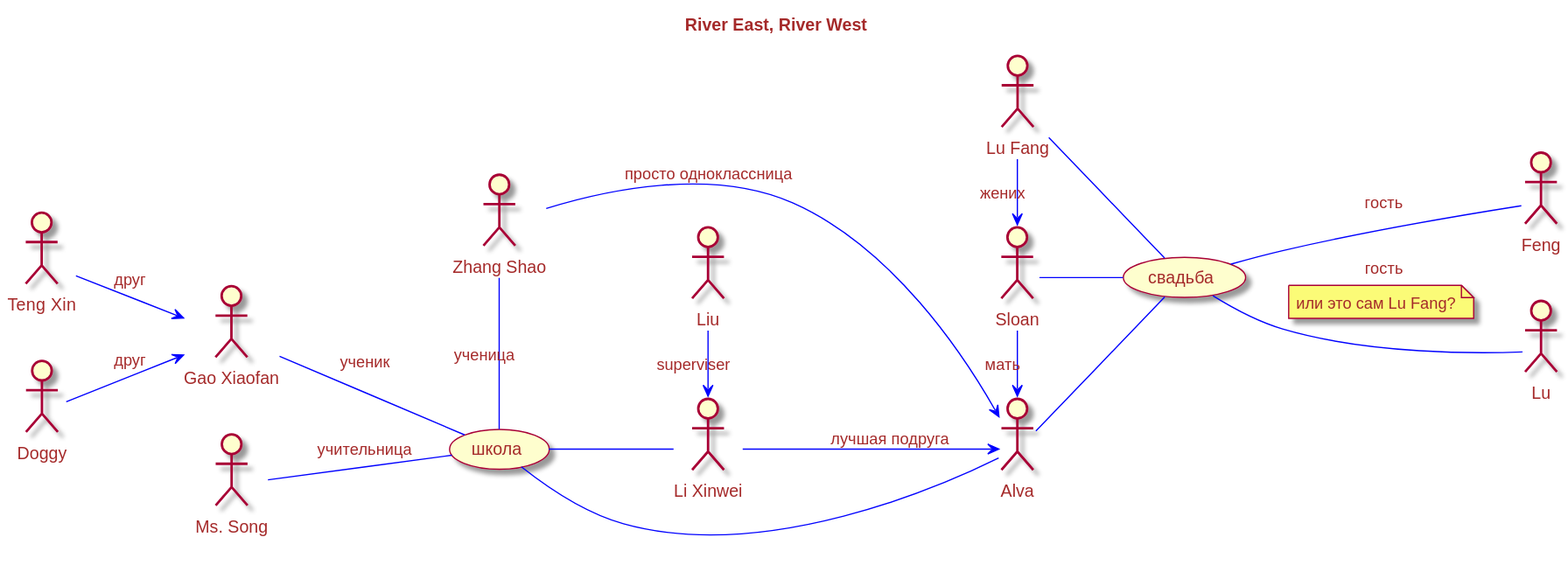
Before: river-River_East__River_West.svg, a diagram exported from PlantUML (olek3/reading).
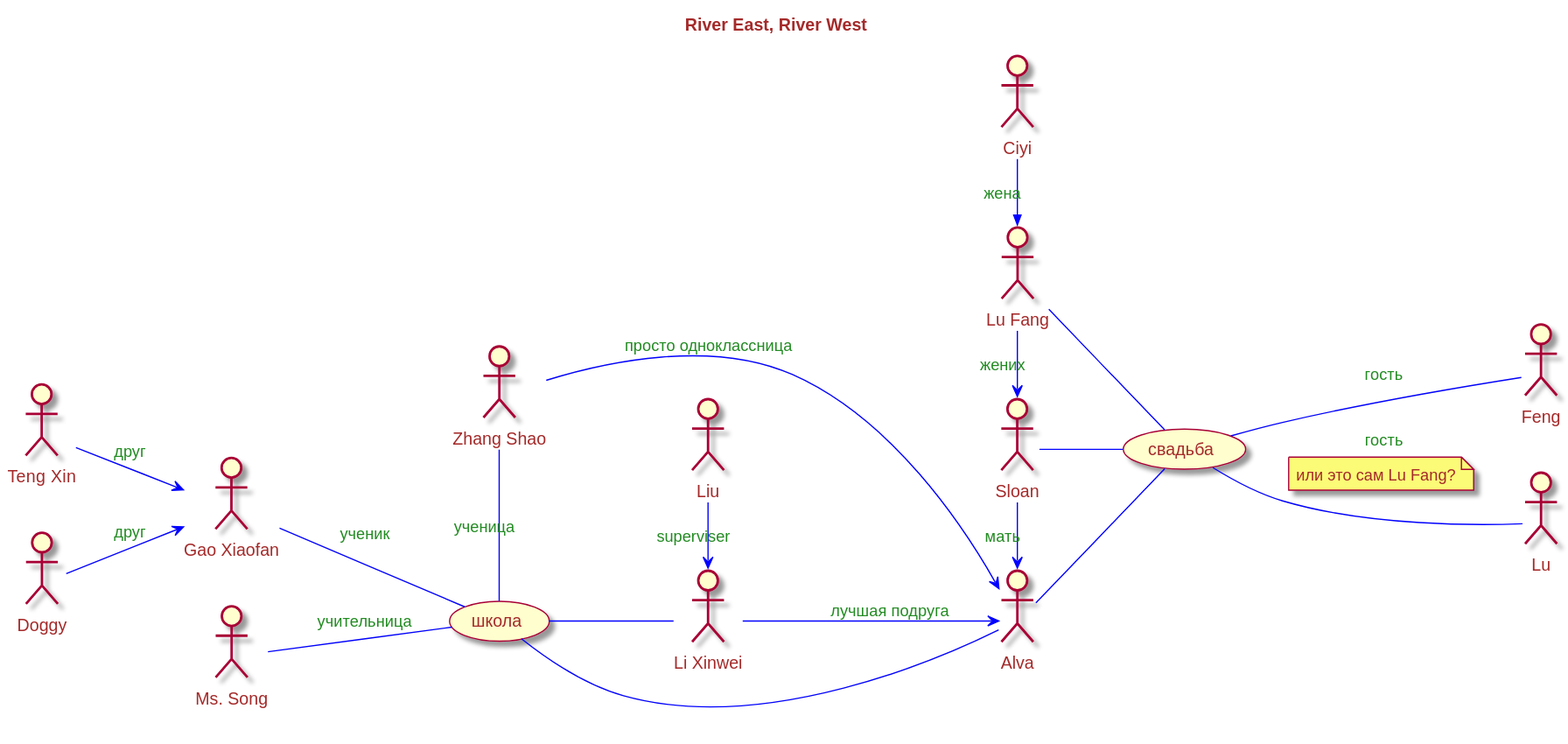
After the change.

Commit message:
+жена Лю Фаня

The edit, as a diff of the source:
```diff
@@ -4,6 +4,7 @@
 skinparam backgroundcolor transparent
 skinparam defaultfontcolor #brown
 skinparam arrowcolor #blue
+skinparam arrowfontcolor #forestgreen
 
 title River East, River West
 
@@ -60,4 +61,9 @@
 
 Teng --> Gao : друг
 Doggy --> Gao : друг
+
+
+:Ciyi: as Ciyi
+
+Ciyi ->> Fang : жена
 @enduml
```
